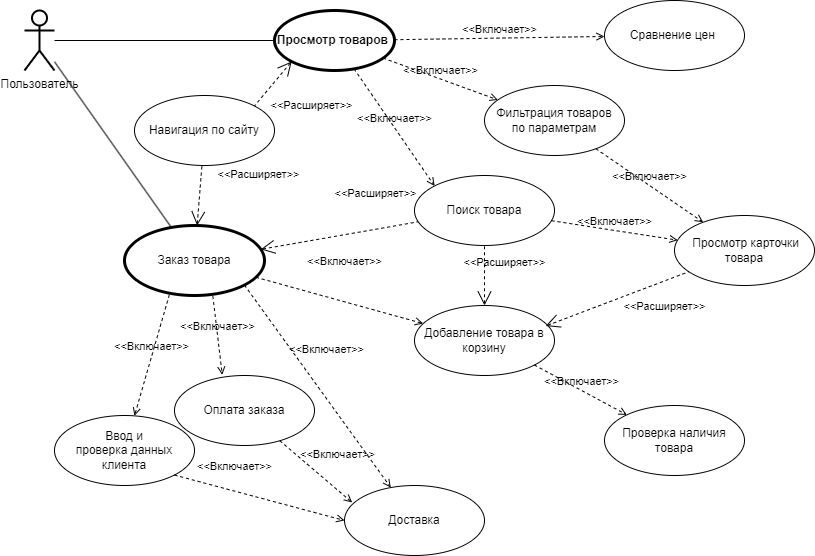
The draw.io diagram FeatureTemplate/Assets/Layout/All_scens/UC.drawio.png in archdocspec/featuredocumentation, before a commit. Source tidied: cells renumbered, new cells last; positions are measured from the earlier drawing's top-left corner, leaving out a move shared by most shapes.
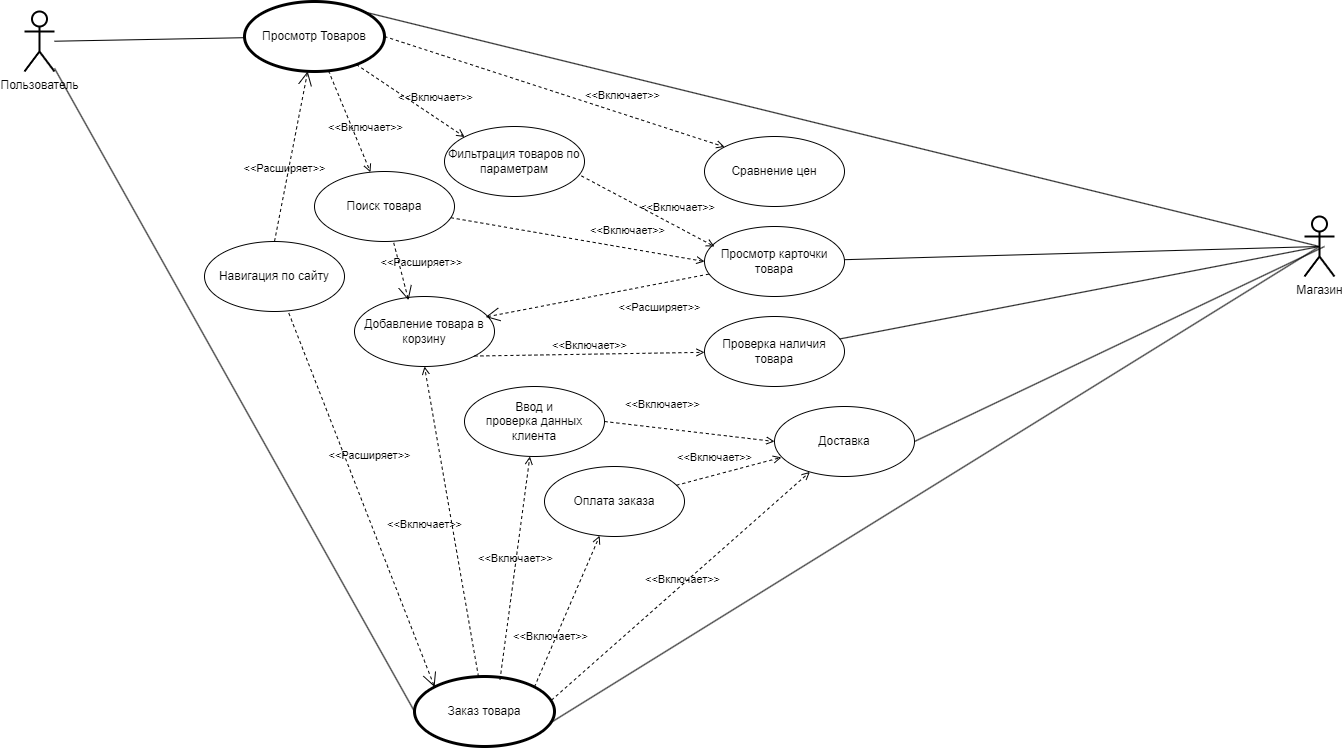
After the change.

What changed in the source:
```diff
@@ -2,109 +2,128 @@
   <root>
     <mxCell id="0" />
     <mxCell id="1" parent="0" />
-    <mxCell id="2" value="Просмотр товаров&amp;nbsp;" style="shape=ellipse;html=1;strokeWidth=3;fontStyle=1;whiteSpace=wrap;align=center;perimeter=ellipsePerimeter;" parent="1" vertex="1">
-      <mxGeometry x="250" y="10" width="120" height="60" as="geometry" />
-    </mxCell>
-    <mxCell id="3" style="rounded=0;jettySize=auto;html=1;endArrow=none;endFill=0;" parent="1" edge="1" source="5" target="2">
+    <mxCell id="3" style="rounded=0;jettySize=auto;html=1;endArrow=none;endFill=0;" parent="1" edge="1" source="5" target="35">
       <mxGeometry relative="1" as="geometry" />
     </mxCell>
-    <mxCell id="4" style="rounded=0;jettySize=auto;html=1;endArrow=none;endFill=0;" parent="1" edge="1" source="5" target="13">
+    <mxCell id="4" style="rounded=0;jettySize=auto;html=1;endArrow=none;endFill=0;entryX=0;entryY=0.5;entryDx=0;entryDy=0;" parent="1" edge="1" source="5" target="13">
       <mxGeometry relative="1" as="geometry" />
     </mxCell>
     <mxCell id="5" value="Пользователь" style="shape=umlActor;verticalLabelPosition=bottom;verticalAlign=top;html=1;strokeWidth=2;" parent="1" vertex="1">
       <mxGeometry y="10" width="30" height="60" as="geometry" />
     </mxCell>
-    <mxCell id="6" value="Фильтрация товаров&lt;br&gt;по параметрам" style="ellipse;whiteSpace=wrap;html=1;" parent="1" vertex="1">
-      <mxGeometry x="460" y="85" width="140" height="70" as="geometry" />
-    </mxCell>
     <mxCell id="7" value="Добавление товара в корзину" style="ellipse;whiteSpace=wrap;html=1;" parent="1" vertex="1">
-      <mxGeometry x="390" y="305" width="140" height="70" as="geometry" />
+      <mxGeometry x="330" y="295" width="140" height="70" as="geometry" />
     </mxCell>
     <mxCell id="8" value="Проверка наличия товара" style="ellipse;whiteSpace=wrap;html=1;" parent="1" vertex="1">
-      <mxGeometry x="580" y="405" width="140" height="70" as="geometry" />
+      <mxGeometry x="680" y="315" width="140" height="70" as="geometry" />
     </mxCell>
-    <mxCell id="9" value="Сравнение цен&amp;nbsp;" style="ellipse;whiteSpace=wrap;html=1;" parent="1" vertex="1">
-      <mxGeometry x="580" width="140" height="70" as="geometry" />
-    </mxCell>
-    <mxCell id="10" value="Поиск товара" style="ellipse;whiteSpace=wrap;html=1;" parent="1" vertex="1">
-      <mxGeometry x="390" y="175" width="140" height="70" as="geometry" />
-    </mxCell>
-    <mxCell id="11" value="Навигация по сайту" style="ellipse;whiteSpace=wrap;html=1;" parent="1" vertex="1">
-      <mxGeometry x="110" y="95" width="140" height="70" as="geometry" />
-    </mxCell>
-    <mxCell id="12" value="&amp;nbsp;Просмотр карточки товара" style="ellipse;whiteSpace=wrap;html=1;" parent="1" vertex="1">
-      <mxGeometry x="650" y="215" width="140" height="70" as="geometry" />
-    </mxCell>
+    <mxCell id="34" style="rounded=0;jettySize=auto;html=1;entryX=0.5;entryY=0.5;entryDx=0;entryDy=0;entryPerimeter=0;endArrow=none;endFill=0;" parent="1" edge="1" target="36">
+      <mxGeometry relative="1" as="geometry">
+        <mxPoint x="520" y="725" as="sourcePoint" />
+      </mxGeometry>
+    </mxCell>
     <mxCell id="13" value="Заказ товара" style="ellipse;whiteSpace=wrap;html=1;strokeWidth=3;" parent="1" vertex="1">
-      <mxGeometry x="100" y="225" width="140" height="70" as="geometry" />
+      <mxGeometry x="390" y="675" width="140" height="70" as="geometry" />
     </mxCell>
     <mxCell id="14" value="Доставка" style="ellipse;whiteSpace=wrap;html=1;" parent="1" vertex="1">
-      <mxGeometry x="320" y="485" width="140" height="70" as="geometry" />
+      <mxGeometry x="750" y="405" width="140" height="70" as="geometry" />
     </mxCell>
     <mxCell id="15" value="Ввод и &lt;br&gt;проверка данных клиента" style="ellipse;whiteSpace=wrap;html=1;" parent="1" vertex="1">
-      <mxGeometry x="30" y="415" width="140" height="70" as="geometry" />
+      <mxGeometry x="440" y="385" width="140" height="70" as="geometry" />
     </mxCell>
-    <mxCell id="16" value="&amp;lt;&amp;lt;Включает&amp;gt;&amp;gt;" style="edgeStyle=none;html=1;endArrow=open;verticalAlign=bottom;dashed=1;labelBackgroundColor=none;rounded=0;entryX=0;entryY=0;entryDx=0;entryDy=0;" parent="1" edge="1" source="2" target="10">
-      <mxGeometry relative="1" as="geometry" />
-    </mxCell>
-    <mxCell id="17" value="&amp;lt;&amp;lt;Включает&amp;gt;&amp;gt;" style="edgeStyle=none;html=1;endArrow=open;verticalAlign=bottom;dashed=1;labelBackgroundColor=none;rounded=0;" parent="1" edge="1" source="2" target="6">
-      <mxGeometry relative="1" as="geometry" />
-    </mxCell>
-    <mxCell id="18" value="&amp;lt;&amp;lt;Включает&amp;gt;&amp;gt;" style="edgeStyle=none;html=1;endArrow=open;verticalAlign=bottom;dashed=1;labelBackgroundColor=none;rounded=0;" parent="1" edge="1" source="2" target="9">
-      <mxGeometry relative="1" as="geometry" />
-    </mxCell>
-    <mxCell id="19" value="&amp;lt;&amp;lt;Включает&amp;gt;&amp;gt;" style="edgeStyle=none;html=1;endArrow=open;verticalAlign=bottom;dashed=1;labelBackgroundColor=none;rounded=0;" parent="1" edge="1" source="6" target="12">
-      <mxGeometry relative="1" as="geometry" />
-    </mxCell>
-    <mxCell id="20" value="&amp;lt;&amp;lt;Включает&amp;gt;&amp;gt;" style="edgeStyle=none;html=1;endArrow=open;verticalAlign=bottom;dashed=1;labelBackgroundColor=none;rounded=0;" parent="1" edge="1" source="10" target="12">
-      <mxGeometry relative="1" as="geometry" />
-    </mxCell>
     <mxCell id="21" value="&amp;lt;&amp;lt;Включает&amp;gt;&amp;gt;" style="edgeStyle=none;html=1;endArrow=open;verticalAlign=bottom;dashed=1;labelBackgroundColor=none;rounded=0;exitX=1;exitY=1;exitDx=0;exitDy=0;" parent="1" edge="1" source="7" target="8">
       <mxGeometry relative="1" as="geometry" />
     </mxCell>
-    <mxCell id="22" value="&amp;lt;&amp;lt;Включает&amp;gt;&amp;gt;" style="edgeStyle=none;html=1;endArrow=open;verticalAlign=bottom;dashed=1;labelBackgroundColor=none;rounded=0;" parent="1" edge="1" source="13" target="7">
+    <mxCell id="22" value="&amp;lt;&amp;lt;Включает&amp;gt;&amp;gt;" style="edgeStyle=none;html=1;endArrow=open;verticalAlign=bottom;dashed=1;labelBackgroundColor=none;rounded=0;entryX=0.5;entryY=1;entryDx=0;entryDy=0;" parent="1" edge="1" source="13" target="7">
       <mxGeometry x="-0.05" y="30" relative="1" as="geometry">
         <mxPoint x="1" as="offset" />
       </mxGeometry>
     </mxCell>
-    <mxCell id="23" value="&amp;lt;&amp;lt;Включает&amp;gt;&amp;gt;" style="edgeStyle=none;html=1;endArrow=open;verticalAlign=bottom;dashed=1;labelBackgroundColor=none;rounded=0;exitX=0.32;exitY=0.991;exitDx=0;exitDy=0;exitPerimeter=0;" parent="1" edge="1" source="13" target="15">
+    <mxCell id="23" value="&amp;lt;&amp;lt;Включает&amp;gt;&amp;gt;" style="edgeStyle=none;html=1;endArrow=open;verticalAlign=bottom;dashed=1;labelBackgroundColor=none;rounded=0;exitX=0.611;exitY=0.044;exitDx=0;exitDy=0;exitPerimeter=0;" parent="1" edge="1" source="13" target="15">
       <mxGeometry relative="1" as="geometry" />
     </mxCell>
-    <mxCell id="24" value="&amp;lt;&amp;lt;Включает&amp;gt;&amp;gt;" style="edgeStyle=none;html=1;endArrow=open;verticalAlign=bottom;dashed=1;labelBackgroundColor=none;rounded=0;exitX=1;exitY=1;exitDx=0;exitDy=0;" parent="1" edge="1" source="13" target="14">
-      <mxGeometry x="-0.13" y="24" relative="1" as="geometry">
+    <mxCell id="24" value="&amp;lt;&amp;lt;Включает&amp;gt;&amp;gt;" style="edgeStyle=none;html=1;endArrow=open;verticalAlign=bottom;dashed=1;labelBackgroundColor=none;rounded=0;exitX=0.978;exitY=0.339;exitDx=0;exitDy=0;exitPerimeter=0;" parent="1" edge="1" source="13" target="14">
+      <mxGeometry y="-4" relative="1" as="geometry">
         <mxPoint x="-1" as="offset" />
       </mxGeometry>
     </mxCell>
-    <mxCell id="25" value="&amp;lt;&amp;lt;Расширяет&amp;gt;&amp;gt;" style="edgeStyle=none;html=1;startArrow=open;endArrow=none;startSize=12;verticalAlign=bottom;dashed=1;labelBackgroundColor=none;rounded=0;" parent="1" edge="1" source="13" target="10">
-      <mxGeometry x="0.51" y="27" relative="1" as="geometry">
-        <mxPoint x="1" as="offset" />
-      </mxGeometry>
-    </mxCell>
-    <mxCell id="26" value="&amp;lt;&amp;lt;Расширяет&amp;gt;&amp;gt;" style="edgeStyle=none;html=1;startArrow=open;endArrow=none;startSize=12;verticalAlign=bottom;dashed=1;labelBackgroundColor=none;rounded=0;exitX=0;exitY=1;exitDx=0;exitDy=0;entryX=1;entryY=0;entryDx=0;entryDy=0;" parent="1" edge="1" source="2" target="11">
-      <mxGeometry x="-0.04" y="49" relative="1" as="geometry" />
-    </mxCell>
-    <mxCell id="27" value="&amp;lt;&amp;lt;Расширяет&amp;gt;&amp;gt;" style="edgeStyle=none;html=1;startArrow=open;endArrow=none;startSize=12;verticalAlign=bottom;dashed=1;labelBackgroundColor=none;rounded=0;" parent="1" edge="1" source="13" target="11">
-      <mxGeometry x="0.58" y="-58" relative="1" as="geometry" />
-    </mxCell>
     <mxCell id="28" value="Оплата заказа" style="ellipse;whiteSpace=wrap;html=1;" parent="1" vertex="1">
-      <mxGeometry x="150" y="375" width="140" height="70" as="geometry" />
+      <mxGeometry x="520" y="465" width="140" height="70" as="geometry" />
     </mxCell>
-    <mxCell id="29" value="&amp;lt;&amp;lt;Включает&amp;gt;&amp;gt;" style="edgeStyle=none;html=1;endArrow=open;verticalAlign=bottom;dashed=1;labelBackgroundColor=none;rounded=0;exitX=0.631;exitY=1.008;exitDx=0;exitDy=0;entryX=0.341;entryY=-0.009;entryDx=0;entryDy=0;entryPerimeter=0;exitPerimeter=0;" parent="1" edge="1" source="13" target="28">
-      <mxGeometry relative="1" as="geometry" />
+    <mxCell id="29" value="&amp;lt;&amp;lt;Включает&amp;gt;&amp;gt;" style="edgeStyle=none;html=1;endArrow=open;verticalAlign=bottom;dashed=1;labelBackgroundColor=none;rounded=0;exitX=1;exitY=0;exitDx=0;exitDy=0;" parent="1" edge="1" source="13" target="28">
+      <mxGeometry x="-0.45" y="2" relative="1" as="geometry" />
     </mxCell>
-    <mxCell id="30" value="&amp;lt;&amp;lt;Включает&amp;gt;&amp;gt;" style="edgeStyle=none;html=1;endArrow=open;verticalAlign=bottom;dashed=1;labelBackgroundColor=none;rounded=0;entryX=0.055;entryY=0.243;entryDx=0;entryDy=0;entryPerimeter=0;" parent="1" edge="1" source="28" target="14">
-      <mxGeometry x="0.24" y="20" relative="1" as="geometry" />
+    <mxCell id="30" value="&amp;lt;&amp;lt;Включает&amp;gt;&amp;gt;" style="edgeStyle=none;html=1;endArrow=open;verticalAlign=bottom;dashed=1;labelBackgroundColor=none;rounded=0;entryX=0.049;entryY=0.727;entryDx=0;entryDy=0;entryPerimeter=0;" parent="1" edge="1" source="28" target="14">
+      <mxGeometry x="-0.24" y="8" relative="1" as="geometry" />
     </mxCell>
-    <mxCell id="31" value="&amp;lt;&amp;lt;Включает&amp;gt;&amp;gt;" style="edgeStyle=none;html=1;endArrow=open;verticalAlign=bottom;dashed=1;labelBackgroundColor=none;rounded=0;exitX=1;exitY=1;exitDx=0;exitDy=0;entryX=0;entryY=0.5;entryDx=0;entryDy=0;" parent="1" edge="1" source="15" target="14">
+    <mxCell id="31" value="&amp;lt;&amp;lt;Включает&amp;gt;&amp;gt;" style="edgeStyle=none;html=1;endArrow=open;verticalAlign=bottom;dashed=1;labelBackgroundColor=none;rounded=0;exitX=1;exitY=0.5;exitDx=0;exitDy=0;entryX=0;entryY=0.5;entryDx=0;entryDy=0;" parent="1" edge="1" source="15" target="14">
       <mxGeometry x="-0.34" y="16" relative="1" as="geometry">
         <mxPoint y="1" as="offset" />
       </mxGeometry>
     </mxCell>
-    <mxCell id="32" value="&amp;lt;&amp;lt;Расширяет&amp;gt;&amp;gt;" style="edgeStyle=none;html=1;startArrow=open;endArrow=none;startSize=12;verticalAlign=bottom;dashed=1;labelBackgroundColor=none;rounded=0;" parent="1" edge="1" source="7" target="10">
-      <mxGeometry x="0.14" y="-20" relative="1" as="geometry" />
+    <mxCell id="32" value="&amp;lt;&amp;lt;Расширяет&amp;gt;&amp;gt;" style="edgeStyle=none;html=1;startArrow=open;endArrow=none;startSize=12;verticalAlign=bottom;dashed=1;labelBackgroundColor=none;rounded=0;exitX=0.386;exitY=0.053;exitDx=0;exitDy=0;exitPerimeter=0;" parent="1" edge="1" source="7" target="10">
+      <mxGeometry x="-0.15" y="-20" relative="1" as="geometry">
+        <mxPoint y="1" as="offset" />
+      </mxGeometry>
     </mxCell>
     <mxCell id="33" value="&amp;lt;&amp;lt;Расширяет&amp;gt;&amp;gt;" style="edgeStyle=none;html=1;startArrow=open;endArrow=none;startSize=12;verticalAlign=bottom;dashed=1;labelBackgroundColor=none;rounded=0;exitX=0.937;exitY=0.293;exitDx=0;exitDy=0;exitPerimeter=0;" parent="1" edge="1" source="7" target="12">
       <mxGeometry x="0.5" y="-32" relative="1" as="geometry" />
     </mxCell>
+    <mxCell id="35" value="Просмотр Товаров" style="ellipse;whiteSpace=wrap;html=1;strokeWidth=3;" parent="1" vertex="1">
+      <mxGeometry x="220" width="140" height="70" as="geometry" />
+    </mxCell>
+    <mxCell id="36" value="Магазин" style="shape=umlActor;verticalLabelPosition=bottom;verticalAlign=top;html=1;strokeWidth=2;" parent="1" vertex="1">
+      <mxGeometry x="1280" y="215" width="30" height="60" as="geometry" />
+    </mxCell>
+    <mxCell id="9" value="Сравнение цен" style="ellipse;whiteSpace=wrap;html=1;" parent="1" vertex="1">
+      <mxGeometry x="680" y="135" width="140" height="70" as="geometry" />
+    </mxCell>
+    <mxCell id="6" value="Фильтрация товаров по параметрам" style="ellipse;whiteSpace=wrap;html=1;" parent="1" vertex="1">
+      <mxGeometry x="420" y="125" width="140" height="70" as="geometry" />
+    </mxCell>
+    <mxCell id="16" value="&amp;lt;&amp;lt;Включает&amp;gt;&amp;gt;" style="edgeStyle=none;html=1;endArrow=open;verticalAlign=bottom;dashed=1;labelBackgroundColor=none;rounded=0;entryX=0;entryY=0;entryDx=0;entryDy=0;" parent="1" edge="1" source="35" target="6">
+      <mxGeometry x="0.38" y="9" relative="1" as="geometry" />
+    </mxCell>
+    <mxCell id="37" value="&amp;lt;&amp;lt;Включает&amp;gt;&amp;gt;" style="edgeStyle=none;html=1;endArrow=open;verticalAlign=bottom;dashed=1;labelBackgroundColor=none;rounded=0;entryX=0;entryY=0;entryDx=0;entryDy=0;exitX=1;exitY=0.5;exitDx=0;exitDy=0;" parent="1" edge="1" source="35" target="9">
+      <mxGeometry x="0.38" y="9" relative="1" as="geometry" />
+    </mxCell>
+    <mxCell id="12" value="Просмотр карточки товара" style="ellipse;whiteSpace=wrap;html=1;" parent="1" vertex="1">
+      <mxGeometry x="680" y="225" width="140" height="70" as="geometry" />
+    </mxCell>
+    <mxCell id="19" value="&amp;lt;&amp;lt;Включает&amp;gt;&amp;gt;" style="edgeStyle=none;html=1;endArrow=open;verticalAlign=bottom;dashed=1;labelBackgroundColor=none;rounded=0;entryX=0.071;entryY=0.286;entryDx=0;entryDy=0;entryPerimeter=0;exitX=0.978;exitY=0.706;exitDx=0;exitDy=0;exitPerimeter=0;" parent="1" edge="1" source="6" target="12">
+      <mxGeometry x="0.38" y="9" relative="1" as="geometry" />
+    </mxCell>
+    <mxCell id="10" value="Поиск товара" style="ellipse;whiteSpace=wrap;html=1;" parent="1" vertex="1">
+      <mxGeometry x="290" y="170" width="140" height="70" as="geometry" />
+    </mxCell>
+    <mxCell id="20" value="&amp;lt;&amp;lt;Включает&amp;gt;&amp;gt;" style="edgeStyle=none;html=1;endArrow=open;verticalAlign=bottom;dashed=1;labelBackgroundColor=none;rounded=0;entryX=0;entryY=0.5;entryDx=0;entryDy=0;" parent="1" edge="1" source="10" target="12">
+      <mxGeometry x="0.38" y="9" relative="1" as="geometry" />
+    </mxCell>
+    <mxCell id="38" value="&amp;lt;&amp;lt;Включает&amp;gt;&amp;gt;" style="edgeStyle=none;html=1;endArrow=open;verticalAlign=bottom;dashed=1;labelBackgroundColor=none;rounded=0;" parent="1" edge="1" source="35" target="10">
+      <mxGeometry x="0.38" y="9" relative="1" as="geometry" />
+    </mxCell>
+    <mxCell id="11" value="Навигация по сайту" style="ellipse;whiteSpace=wrap;html=1;" parent="1" vertex="1">
+      <mxGeometry x="180" y="240" width="140" height="70" as="geometry" />
+    </mxCell>
+    <mxCell id="39" value="&amp;lt;&amp;lt;Расширяет&amp;gt;&amp;gt;" style="edgeStyle=none;html=1;startArrow=open;endArrow=none;startSize=12;verticalAlign=bottom;dashed=1;labelBackgroundColor=none;rounded=0;entryX=0.5;entryY=0;entryDx=0;entryDy=0;" parent="1" edge="1" source="35" target="11">
+      <mxGeometry x="0.24" y="-3" relative="1" as="geometry">
+        <mxPoint y="1" as="offset" />
+      </mxGeometry>
+    </mxCell>
+    <mxCell id="27" value="&amp;lt;&amp;lt;Расширяет&amp;gt;&amp;gt;" style="edgeStyle=none;html=1;startArrow=open;endArrow=none;startSize=12;verticalAlign=bottom;dashed=1;labelBackgroundColor=none;rounded=0;exitX=0;exitY=0;exitDx=0;exitDy=0;" parent="1" edge="1" source="13" target="11">
+      <mxGeometry x="0.14" y="-20" relative="1" as="geometry" />
+    </mxCell>
+    <mxCell id="40" style="rounded=0;jettySize=auto;html=1;endArrow=none;endFill=0;exitX=0.5;exitY=0.5;exitDx=0;exitDy=0;exitPerimeter=0;" parent="1" edge="1" source="36" target="8">
+      <mxGeometry relative="1" as="geometry" />
+    </mxCell>
+    <mxCell id="41" style="rounded=0;jettySize=auto;html=1;endArrow=none;endFill=0;exitX=0.5;exitY=0.5;exitDx=0;exitDy=0;exitPerimeter=0;" parent="1" edge="1" source="36" target="12">
+      <mxGeometry relative="1" as="geometry" />
+    </mxCell>
+    <mxCell id="42" style="rounded=0;jettySize=auto;html=1;endArrow=none;endFill=0;exitX=0.5;exitY=0.5;exitDx=0;exitDy=0;exitPerimeter=0;entryX=1;entryY=0;entryDx=0;entryDy=0;" parent="1" edge="1" source="36" target="35">
+      <mxGeometry relative="1" as="geometry" />
+    </mxCell>
+    <mxCell id="43" style="rounded=0;jettySize=auto;html=1;entryX=0.667;entryY=0.5;entryDx=0;entryDy=0;entryPerimeter=0;endArrow=none;endFill=0;exitX=1;exitY=0.5;exitDx=0;exitDy=0;" parent="1" edge="1" source="14" target="36">
+      <mxGeometry relative="1" as="geometry" />
+    </mxCell>
   </root>
 </mxGraphModel>
```
